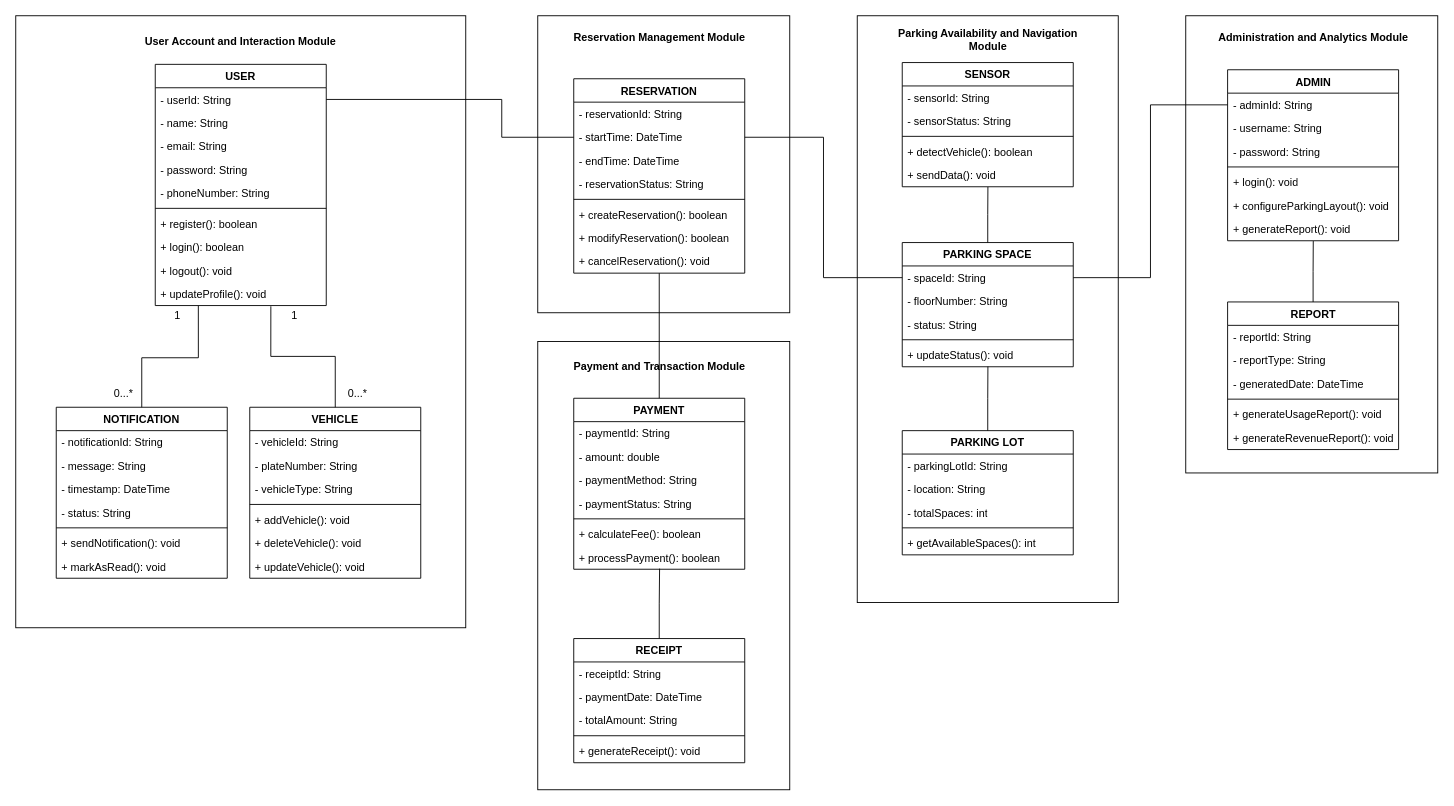
This is Architectural Design.drawio from EzraChai/CMT221-Assignment, a draw.io file, before an edit. Source tidied: cells renumbered, new cells numbered last; positions are measured from the earlier drawing's top-left corner, leaving out a move shared by most shapes. Both pictures are drawn from the tidied source at 90%, with x=0, y=0 at pixel (15, 15).
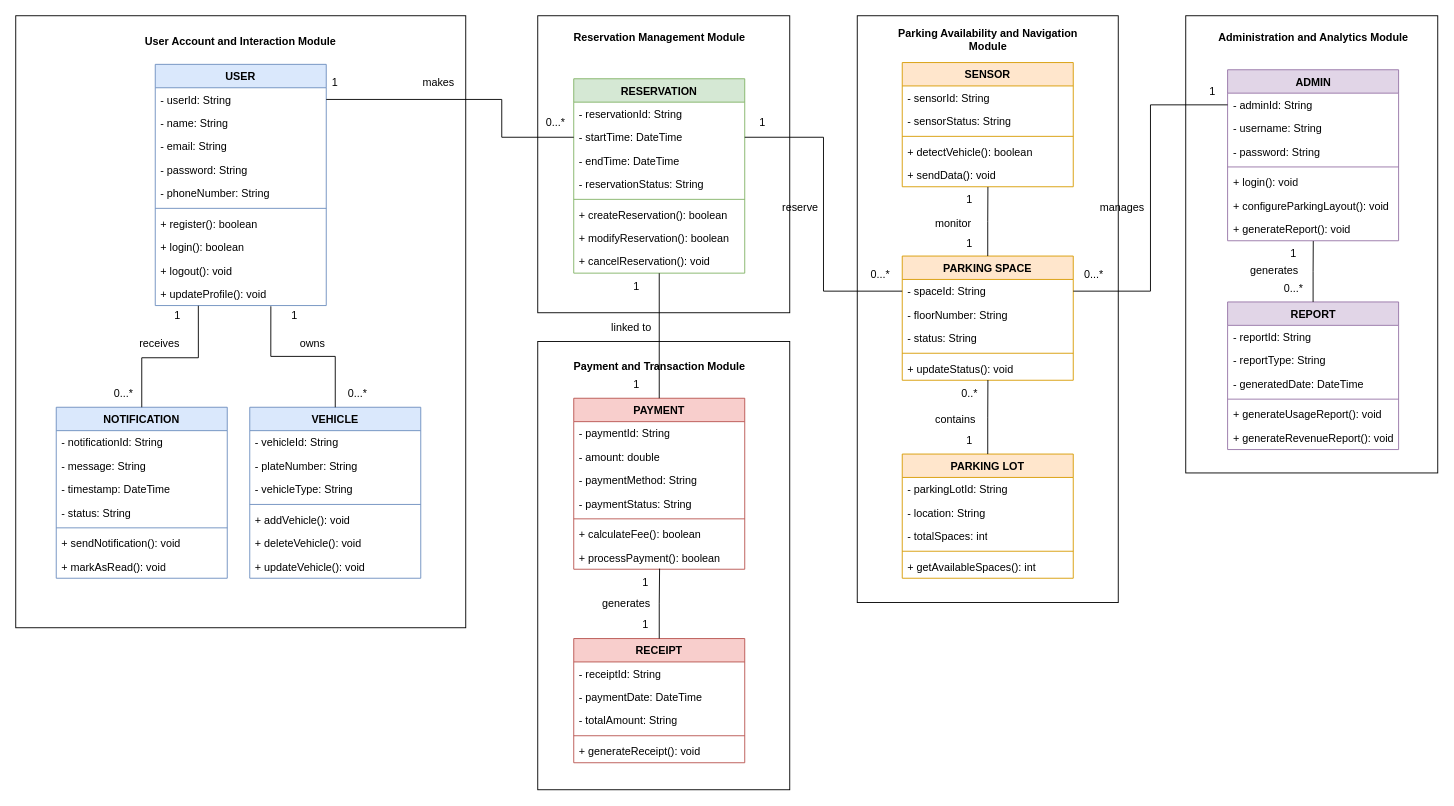
After the change.

What changed in the source:
```diff
@@
-    <mxCell id="7" value="USER" style="swimlane;fontStyle=1;align=center;verticalAlign=top;horizontal=1;startSize=26;whiteSpace=wrap;html=1;" parent="1" vertex="1">
+    <mxCell id="7" value="USER" style="swimlane;fontStyle=1;align=center;verticalAlign=top;horizontal=1;startSize=26;whiteSpace=wrap;html=1;fillColor=#dae8fc;strokeColor=#6c8ebf;" parent="1" vertex="1">
       <mxGeometry x="155" y="54" width="190" height="268" as="geometry" />
     </mxCell>
@@
-    <mxCell id="18" value="VEHICLE" style="swimlane;fontStyle=1;align=center;verticalAlign=top;horizontal=1;startSize=26;whiteSpace=wrap;html=1;" parent="1" vertex="1">
+    <mxCell id="18" value="VEHICLE" style="swimlane;fontStyle=1;align=center;verticalAlign=top;horizontal=1;startSize=26;whiteSpace=wrap;html=1;fillColor=#dae8fc;strokeColor=#6c8ebf;" parent="1" vertex="1">
       <mxGeometry x="260" y="435" width="190" height="190" as="geometry" />
     </mxCell>
@@
-    <mxCell id="26" value="PARKING LOT" style="swimlane;fontStyle=1;align=center;verticalAlign=top;horizontal=1;startSize=26;whiteSpace=wrap;html=1;" parent="1" vertex="1">
-      <mxGeometry x="985" y="461" width="190" height="138" as="geometry" />
+    <mxCell id="26" value="PARKING LOT" style="swimlane;fontStyle=1;align=center;verticalAlign=top;horizontal=1;startSize=26;whiteSpace=wrap;html=1;fillColor=#ffe6cc;strokeColor=#d79b00;" parent="1" vertex="1">
+      <mxGeometry x="985" y="487" width="190" height="138" as="geometry" />
     </mxCell>
@@
-    <mxCell id="32" value="PARKING SPACE" style="swimlane;fontStyle=1;align=center;verticalAlign=top;horizontal=1;startSize=26;whiteSpace=wrap;html=1;" parent="1" vertex="1">
-      <mxGeometry x="985" y="252" width="190" height="138" as="geometry" />
+    <mxCell id="32" value="PARKING SPACE" style="swimlane;fontStyle=1;align=center;verticalAlign=top;horizontal=1;startSize=26;whiteSpace=wrap;html=1;fillColor=#ffe6cc;strokeColor=#d79b00;" parent="1" vertex="1">
+      <mxGeometry x="985" y="267" width="190" height="138" as="geometry" />
     </mxCell>
@@
-    <mxCell id="38" value="SENSOR" style="swimlane;fontStyle=1;align=center;verticalAlign=top;horizontal=1;startSize=26;whiteSpace=wrap;html=1;" parent="1" vertex="1">
+    <mxCell id="38" value="SENSOR" style="swimlane;fontStyle=1;align=center;verticalAlign=top;horizontal=1;startSize=26;whiteSpace=wrap;html=1;fillColor=#ffe6cc;strokeColor=#d79b00;" parent="1" vertex="1">
       <mxGeometry x="985" y="52" width="190" height="138" as="geometry" />
     </mxCell>
@@
-    <mxCell id="44" value="RESERVATION" style="swimlane;fontStyle=1;align=center;verticalAlign=top;horizontal=1;startSize=26;whiteSpace=wrap;html=1;" parent="1" vertex="1">
+    <mxCell id="44" value="RESERVATION" style="swimlane;fontStyle=1;align=center;verticalAlign=top;horizontal=1;startSize=26;whiteSpace=wrap;html=1;fillColor=#d5e8d4;strokeColor=#82b366;" parent="1" vertex="1">
       <mxGeometry x="620" y="70" width="190" height="216" as="geometry" />
     </mxCell>
@@
-    <mxCell id="53" value="NOTIFICATION" style="swimlane;fontStyle=1;align=center;verticalAlign=top;horizontal=1;startSize=26;whiteSpace=wrap;html=1;" parent="1" vertex="1">
+    <mxCell id="53" value="NOTIFICATION" style="swimlane;fontStyle=1;align=center;verticalAlign=top;horizontal=1;startSize=26;whiteSpace=wrap;html=1;fillColor=#dae8fc;strokeColor=#6c8ebf;" parent="1" vertex="1">
       <mxGeometry x="45" y="435" width="190" height="190" as="geometry" />
     </mxCell>
@@
-    <mxCell id="61" value="ADMIN" style="swimlane;fontStyle=1;align=center;verticalAlign=top;horizontal=1;startSize=26;whiteSpace=wrap;html=1;" parent="1" vertex="1">
+    <mxCell id="61" value="ADMIN" style="swimlane;fontStyle=1;align=center;verticalAlign=top;horizontal=1;startSize=26;whiteSpace=wrap;html=1;fillColor=#e1d5e7;strokeColor=#9673a6;" parent="1" vertex="1">
       <mxGeometry x="1346.5" y="60" width="190" height="190" as="geometry" />
     </mxCell>
@@
-    <mxCell id="69" value="REPORT" style="swimlane;fontStyle=1;align=center;verticalAlign=top;horizontal=1;startSize=26;whiteSpace=wrap;html=1;" parent="1" vertex="1">
+    <mxCell id="69" value="REPORT" style="swimlane;fontStyle=1;align=center;verticalAlign=top;horizontal=1;startSize=26;whiteSpace=wrap;html=1;fillColor=#e1d5e7;strokeColor=#9673a6;" parent="1" vertex="1">
       <mxGeometry x="1346.5" y="318" width="190" height="164" as="geometry" />
     </mxCell>
@@
-    <mxCell id="77" value="PAYMENT" style="swimlane;fontStyle=1;align=center;verticalAlign=top;horizontal=1;startSize=26;whiteSpace=wrap;html=1;" parent="1" vertex="1">
+    <mxCell id="77" value="PAYMENT" style="swimlane;fontStyle=1;align=center;verticalAlign=top;horizontal=1;startSize=26;whiteSpace=wrap;html=1;fillColor=#f8cecc;strokeColor=#b85450;" parent="1" vertex="1">
       <mxGeometry x="620" y="425" width="190" height="190" as="geometry" />
     </mxCell>
@@
-    <mxCell id="85" value="RECEIPT" style="swimlane;fontStyle=1;align=center;verticalAlign=top;horizontal=1;startSize=26;whiteSpace=wrap;html=1;" parent="1" vertex="1">
+    <mxCell id="85" value="RECEIPT" style="swimlane;fontStyle=1;align=center;verticalAlign=top;horizontal=1;startSize=26;whiteSpace=wrap;html=1;fillColor=#f8cecc;strokeColor=#b85450;" parent="1" vertex="1">
       <mxGeometry x="620" y="692" width="190" height="138" as="geometry" />
     </mxCell>
@@
+    <mxCell id="109" value="owns" style="text;html=1;whiteSpace=wrap;strokeColor=none;fillColor=none;align=center;verticalAlign=middle;rounded=0;" parent="1" vertex="1">
+      <mxGeometry x="300" y="350" width="60" height="30" as="geometry" />
+    </mxCell>
+    <mxCell id="110" value="receives" style="text;html=1;whiteSpace=wrap;strokeColor=none;fillColor=none;align=center;verticalAlign=middle;rounded=0;" parent="1" vertex="1">
+      <mxGeometry x="130" y="350" width="60" height="30" as="geometry" />
+    </mxCell>
+    <mxCell id="111" value="makes" style="text;html=1;whiteSpace=wrap;strokeColor=none;fillColor=none;align=center;verticalAlign=middle;rounded=0;" parent="1" vertex="1">
+      <mxGeometry x="440" y="60" width="60" height="30" as="geometry" />
+    </mxCell>
+    <mxCell id="112" value="1" style="text;html=1;whiteSpace=wrap;strokeColor=none;fillColor=none;align=center;verticalAlign=middle;rounded=0;" parent="1" vertex="1">
+      <mxGeometry x="325" y="60" width="60" height="30" as="geometry" />
+    </mxCell>
+    <mxCell id="113" value="0...*" style="text;html=1;whiteSpace=wrap;strokeColor=none;fillColor=none;align=center;verticalAlign=middle;rounded=0;" parent="1" vertex="1">
+      <mxGeometry x="570" y="104" width="60" height="30" as="geometry" />
+    </mxCell>
+    <mxCell id="114" value="1" style="text;html=1;whiteSpace=wrap;strokeColor=none;fillColor=none;align=center;verticalAlign=middle;rounded=0;" parent="1" vertex="1">
+      <mxGeometry x="660" y="286" width="60" height="30" as="geometry" />
+    </mxCell>
+    <mxCell id="115" value="linked to" style="text;whiteSpace=wrap;" parent="1" vertex="1">
+      <mxGeometry x="660" y="333" width="80" height="40" as="geometry" />
+    </mxCell>
+    <mxCell id="116" value="1" style="text;html=1;whiteSpace=wrap;strokeColor=none;fillColor=none;align=center;verticalAlign=middle;rounded=0;" parent="1" vertex="1">
+      <mxGeometry x="660" y="395" width="60" height="30" as="geometry" />
+    </mxCell>
+    <mxCell id="117" value="generates" style="text;whiteSpace=wrap;" parent="1" vertex="1">
+      <mxGeometry x="650" y="640" width="80" height="40" as="geometry" />
+    </mxCell>
+    <mxCell id="118" value="1" style="text;html=1;whiteSpace=wrap;strokeColor=none;fillColor=none;align=center;verticalAlign=middle;rounded=0;" parent="1" vertex="1">
+      <mxGeometry x="670" y="662" width="60" height="30" as="geometry" />
+    </mxCell>
+    <mxCell id="119" value="1" style="text;html=1;whiteSpace=wrap;strokeColor=none;fillColor=none;align=center;verticalAlign=middle;rounded=0;" parent="1" vertex="1">
+      <mxGeometry x="670" y="615" width="60" height="30" as="geometry" />
+    </mxCell>
+    <mxCell id="120" value="reserve" style="text;whiteSpace=wrap;html=1;" parent="1" vertex="1">
+      <mxGeometry x="850" y="200" width="100" height="40" as="geometry" />
+    </mxCell>
+    <mxCell id="121" value="1" style="text;html=1;whiteSpace=wrap;strokeColor=none;fillColor=none;align=center;verticalAlign=middle;rounded=0;" parent="1" vertex="1">
+      <mxGeometry x="800" y="104" width="60" height="30" as="geometry" />
+    </mxCell>
+    <mxCell id="122" value="0...*" style="text;html=1;whiteSpace=wrap;strokeColor=none;fillColor=none;align=center;verticalAlign=middle;rounded=0;" parent="1" vertex="1">
+      <mxGeometry x="931" y="273" width="60" height="30" as="geometry" />
+    </mxCell>
+    <mxCell id="123" value="monitor" style="text;whiteSpace=wrap;html=1;" parent="1" vertex="1">
+      <mxGeometry x="1020" y="217" width="100" height="40" as="geometry" />
+    </mxCell>
+    <mxCell id="124" value="1" style="text;html=1;whiteSpace=wrap;strokeColor=none;fillColor=none;align=center;verticalAlign=middle;rounded=0;" parent="1" vertex="1">
+      <mxGeometry x="1030" y="239" width="60" height="30" as="geometry" />
+    </mxCell>
+    <mxCell id="125" value="1" style="text;html=1;whiteSpace=wrap;strokeColor=none;fillColor=none;align=center;verticalAlign=middle;rounded=0;" parent="1" vertex="1">
+      <mxGeometry x="1030" y="190" width="60" height="30" as="geometry" />
+    </mxCell>
+    <mxCell id="126" value="0..*" style="text;html=1;whiteSpace=wrap;strokeColor=none;fillColor=none;align=center;verticalAlign=middle;rounded=0;" parent="1" vertex="1">
+      <mxGeometry x="1030" y="405" width="60" height="30" as="geometry" />
+    </mxCell>
+    <mxCell id="127" value="1" style="text;html=1;whiteSpace=wrap;strokeColor=none;fillColor=none;align=center;verticalAlign=middle;rounded=0;" parent="1" vertex="1">
+      <mxGeometry x="1030" y="457" width="60" height="30" as="geometry" />
+    </mxCell>
+    <mxCell id="128" value="contains" style="text;whiteSpace=wrap;html=1;" parent="1" vertex="1">
+      <mxGeometry x="1020" y="435" width="80" height="40" as="geometry" />
+    </mxCell>
+    <mxCell id="129" value="manages" style="text;whiteSpace=wrap;html=1;" parent="1" vertex="1">
+      <mxGeometry x="1202.5" y="199" width="100" height="40" as="geometry" />
+    </mxCell>
+    <mxCell id="130" value="1" style="text;html=1;whiteSpace=wrap;strokeColor=none;fillColor=none;align=center;verticalAlign=middle;rounded=0;" parent="1" vertex="1">
+      <mxGeometry x="1300" y="70" width="60" height="30" as="geometry" />
+    </mxCell>
+    <mxCell id="131" value="0...*" style="text;html=1;whiteSpace=wrap;strokeColor=none;fillColor=none;align=center;verticalAlign=middle;rounded=0;" parent="1" vertex="1">
+      <mxGeometry x="1168" y="273" width="60" height="30" as="geometry" />
+    </mxCell>
+    <mxCell id="132" value="0...*" style="text;html=1;whiteSpace=wrap;strokeColor=none;fillColor=none;align=center;verticalAlign=middle;rounded=0;" parent="1" vertex="1">
+      <mxGeometry x="1390" y="288" width="60" height="30" as="geometry" />
+    </mxCell>
+    <mxCell id="133" value="1" style="text;html=1;whiteSpace=wrap;strokeColor=none;fillColor=none;align=center;verticalAlign=middle;rounded=0;" parent="1" vertex="1">
+      <mxGeometry x="1390" y="250" width="60" height="30" as="geometry" />
+    </mxCell>
+    <mxCell id="134" value="generates" style="text;whiteSpace=wrap;html=1;" parent="1" vertex="1">
+      <mxGeometry x="1370" y="269" width="100" height="40" as="geometry" />
+    </mxCell>
```
